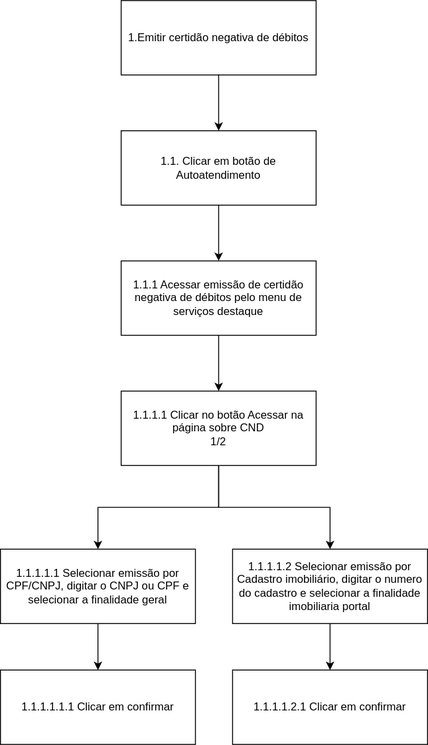
This is docs/images/analiseTarefas/HTADeclaracaoNegativa.svg from Interacao-Humano-Computador/2021.1-Prefeitura-de-Concordia, a draw.io export, as it was before one commit. Source tidied: cells renumbered, new cells last; positions are measured from the earlier drawing's top-left corner, leaving out a move shared by most shapes.
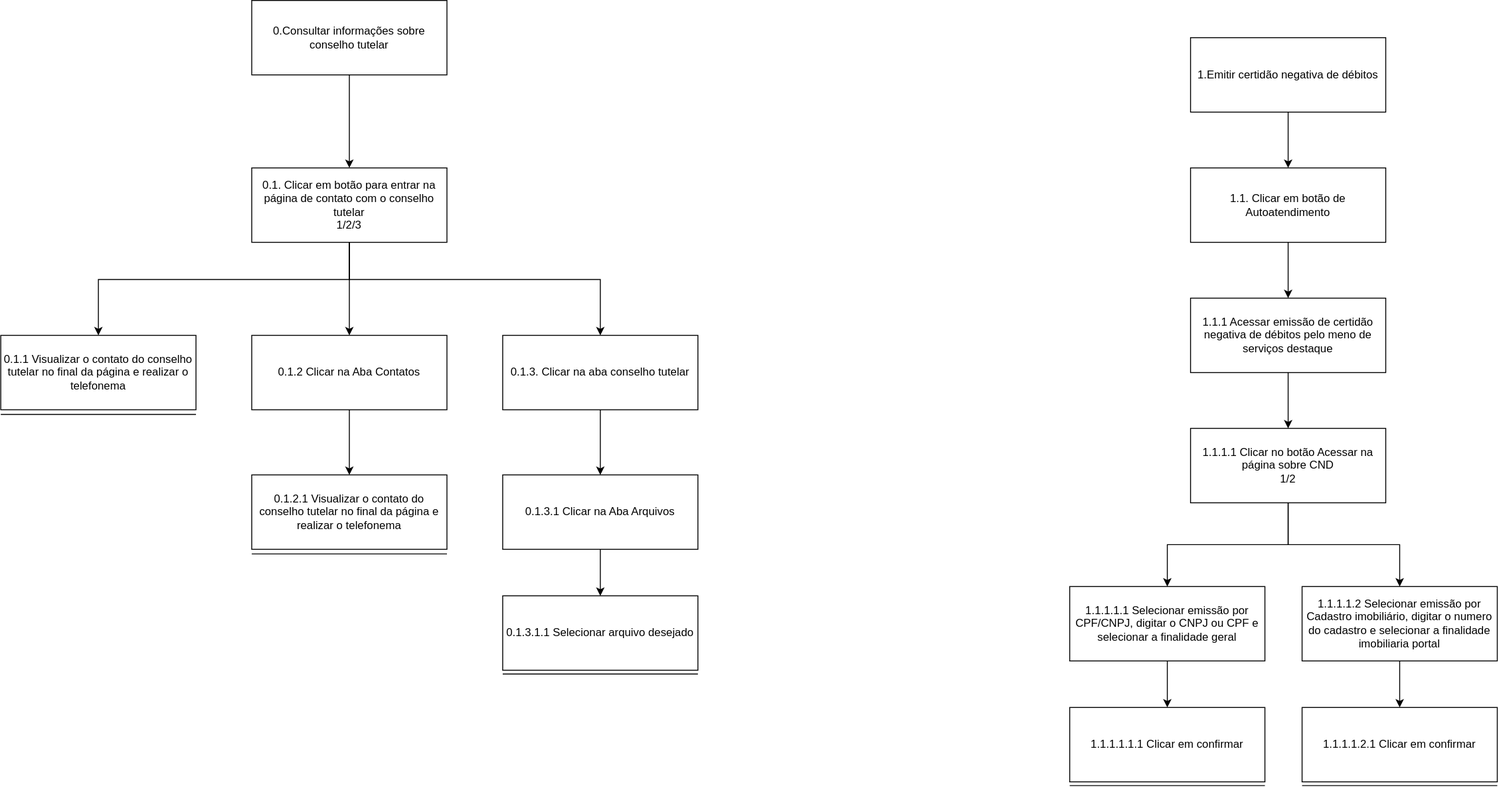
After the change.

Change to the diagram source:
```diff
@@ -2,18 +2,73 @@
   <root>
     <mxCell id="0" />
     <mxCell id="1" parent="0" />
-    <mxCell id="2" style="edgeStyle=orthogonalEdgeStyle;rounded=0;jettySize=auto;html=1;" parent="1" edge="1" source="3" target="5">
-      <mxGeometry relative="1" as="geometry" />
-    </mxCell>
+    <mxCell id="17" style="edgeStyle=orthogonalEdgeStyle;rounded=0;jettySize=auto;html=1;" parent="1" edge="1" source="18" target="22">
+      <mxGeometry relative="1" as="geometry" />
+    </mxCell>
+    <mxCell id="18" value="0.Consultar informações sobre conselho tutelar" style="rounded=0;whiteSpace=wrap;html=1;" parent="1" vertex="1">
+      <mxGeometry x="-880" y="-40" width="210" height="80" as="geometry" />
+    </mxCell>
+    <mxCell id="19" style="edgeStyle=orthogonalEdgeStyle;rounded=0;jettySize=auto;html=1;" parent="1" edge="1" source="22" target="25">
+      <mxGeometry relative="1" as="geometry">
+        <Array as="points">
+          <mxPoint x="-775" y="260" />
+          <mxPoint x="-1045" y="260" />
+        </Array>
+      </mxGeometry>
+    </mxCell>
+    <mxCell id="20" style="edgeStyle=orthogonalEdgeStyle;rounded=0;jettySize=auto;html=1;" parent="1" edge="1" source="22" target="24">
+      <mxGeometry relative="1" as="geometry">
+        <Array as="points">
+          <mxPoint x="-775" y="260" />
+          <mxPoint x="-505" y="260" />
+        </Array>
+      </mxGeometry>
+    </mxCell>
+    <mxCell id="21" style="edgeStyle=orthogonalEdgeStyle;rounded=0;jettySize=auto;html=1;" parent="1" edge="1" source="22" target="27">
+      <mxGeometry relative="1" as="geometry" />
+    </mxCell>
+    <mxCell id="22" value="0.1. Clicar em botão para entrar na página de contato com o conselho tutelar&lt;br&gt;1/2/3" style="rounded=0;whiteSpace=wrap;html=1;" parent="1" vertex="1">
+      <mxGeometry x="-880" y="140" width="210" height="80" as="geometry" />
+    </mxCell>
+    <mxCell id="23" style="edgeStyle=orthogonalEdgeStyle;rounded=0;jettySize=auto;html=1;entryX=0.5;entryY=0;entryDx=0;entryDy=0;" parent="1" edge="1" source="24" target="30">
+      <mxGeometry relative="1" as="geometry" />
+    </mxCell>
+    <mxCell id="24" value="0.1.3. Clicar na aba conselho tutelar" style="rounded=0;whiteSpace=wrap;html=1;" parent="1" vertex="1">
+      <mxGeometry x="-610" y="320" width="210" height="80" as="geometry" />
+    </mxCell>
+    <mxCell id="25" value="0.1.1 Visualizar o contato do conselho tutelar no final da página e realizar o telefonema" style="rounded=0;whiteSpace=wrap;html=1;" parent="1" vertex="1">
+      <mxGeometry x="-1150" y="320" width="210" height="80" as="geometry" />
+    </mxCell>
+    <mxCell id="26" style="edgeStyle=orthogonalEdgeStyle;rounded=0;jettySize=auto;html=1;" parent="1" edge="1" source="27" target="28">
+      <mxGeometry relative="1" as="geometry" />
+    </mxCell>
+    <mxCell id="27" value="0.1.2 Clicar na Aba Contatos" style="rounded=0;whiteSpace=wrap;html=1;" parent="1" vertex="1">
+      <mxGeometry x="-880" y="320" width="210" height="80" as="geometry" />
+    </mxCell>
+    <mxCell id="28" value="0.1.2.1 Visualizar o contato do conselho tutelar no final da página e realizar o telefonema" style="rounded=0;whiteSpace=wrap;html=1;" parent="1" vertex="1">
+      <mxGeometry x="-880" y="470" width="210" height="80" as="geometry" />
+    </mxCell>
+    <mxCell id="29" style="edgeStyle=orthogonalEdgeStyle;rounded=0;jettySize=auto;html=1;" parent="1" edge="1" source="30" target="31">
+      <mxGeometry relative="1" as="geometry" />
+    </mxCell>
+    <mxCell id="30" value="0.1.3.1 Clicar na Aba Arquivos" style="rounded=0;whiteSpace=wrap;html=1;" parent="1" vertex="1">
+      <mxGeometry x="-610" y="470" width="210" height="80" as="geometry" />
+    </mxCell>
+    <mxCell id="31" value="0.1.3.1.1 Selecionar arquivo desejado" style="rounded=0;whiteSpace=wrap;html=1;" parent="1" vertex="1">
+      <mxGeometry x="-610" y="600" width="210" height="80" as="geometry" />
+    </mxCell>
+    <mxCell id="32" style="edgeStyle=orthogonalEdgeStyle;rounded=0;jettySize=auto;html=1;" parent="1" edge="1" source="3" target="34">
+      <mxGeometry relative="1" as="geometry" />
+    </mxCell>
     <mxCell id="3" value="1.Emitir certidão negativa de débitos" style="rounded=0;whiteSpace=wrap;html=1;" parent="1" vertex="1">
       <mxGeometry x="130" width="210" height="80" as="geometry" />
     </mxCell>
-    <mxCell id="4" style="edgeStyle=orthogonalEdgeStyle;rounded=0;jettySize=auto;html=1;entryX=0.5;entryY=0;entryDx=0;entryDy=0;" parent="1" edge="1" source="5" target="7">
-      <mxGeometry relative="1" as="geometry" />
-    </mxCell>
-    <mxCell id="5" value="1.1. Clicar em botão de Autoatendimento&lt;br&gt;1/2" style="rounded=0;whiteSpace=wrap;html=1;" parent="1" vertex="1">
-      <mxGeometry x="130" y="140" width="210" height="80" as="geometry" />
-    </mxCell>
+    <mxCell id="33" style="edgeStyle=orthogonalEdgeStyle;rounded=0;jettySize=auto;html=1;entryX=0.5;entryY=0;entryDx=0;entryDy=0;" parent="1" edge="1" source="34" target="7">
+      <mxGeometry relative="1" as="geometry" />
+    </mxCell>
+    <mxCell id="34" value="1.1. Clicar em botão de Autoatendimento&lt;br&gt;" style="rounded=0;whiteSpace=wrap;html=1;" parent="1" vertex="1">
+      <mxGeometry x="130" y="140" width="210" height="80" as="geometry" />
+    </mxCell>
     <mxCell id="6" style="edgeStyle=orthogonalEdgeStyle;rounded=0;jettySize=auto;html=1;entryX=0.5;entryY=0;entryDx=0;entryDy=0;" parent="1" edge="1" source="7" target="10">
       <mxGeometry relative="1" as="geometry" />
     </mxCell>
@@ -47,5 +102,35 @@
     <mxCell id="16" value="1.1.1.1.2.1 Clicar em confirmar" style="rounded=0;whiteSpace=wrap;html=1;" parent="1" vertex="1">
       <mxGeometry x="250" y="720" width="210" height="80" as="geometry" />
     </mxCell>
+    <mxCell id="35" style="endArrow=none;html=1;" parent="1" edge="1">
+      <mxGeometry relative="1" as="geometry">
+        <mxPoint x="-1150" y="405" as="sourcePoint" />
+        <mxPoint x="-940" y="405" as="targetPoint" />
+      </mxGeometry>
+    </mxCell>
+    <mxCell id="36" style="endArrow=none;html=1;" parent="1" edge="1">
+      <mxGeometry relative="1" as="geometry">
+        <mxPoint x="-880" y="555" as="sourcePoint" />
+        <mxPoint x="-670" y="555" as="targetPoint" />
+      </mxGeometry>
+    </mxCell>
+    <mxCell id="37" style="endArrow=none;html=1;" parent="1" edge="1">
+      <mxGeometry relative="1" as="geometry">
+        <mxPoint x="-610" y="684" as="sourcePoint" />
+        <mxPoint x="-400" y="684" as="targetPoint" />
+      </mxGeometry>
+    </mxCell>
+    <mxCell id="38" style="endArrow=none;html=1;" parent="1" edge="1">
+      <mxGeometry relative="1" as="geometry">
+        <mxPoint y="804" as="sourcePoint" />
+        <mxPoint x="210" y="804" as="targetPoint" />
+      </mxGeometry>
+    </mxCell>
+    <mxCell id="39" style="endArrow=none;html=1;" parent="1" edge="1">
+      <mxGeometry relative="1" as="geometry">
+        <mxPoint x="250" y="804" as="sourcePoint" />
+        <mxPoint x="460" y="804" as="targetPoint" />
+      </mxGeometry>
+    </mxCell>
   </root>
 </mxGraphModel>
```
